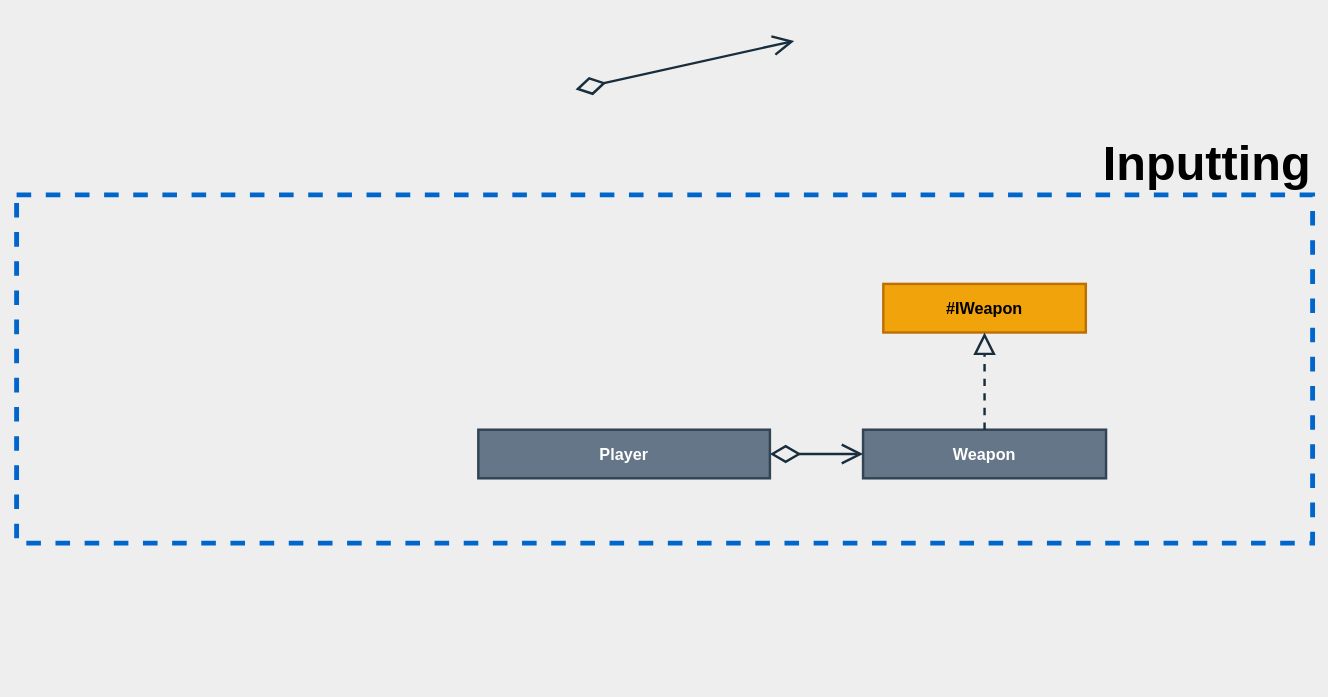
Before: Shooter/Assets/Scripts/Map/Map.drawio in Anton2781618/Shooter, a draw.io diagram. Source tidied: cells renumbered, new cells numbered last; positions are measured from the earlier drawing's top-left corner, leaving out a move shared by most shapes. Both pictures are drawn from the tidied source at 81%, with x=0, y=0 at pixel (16, 40).
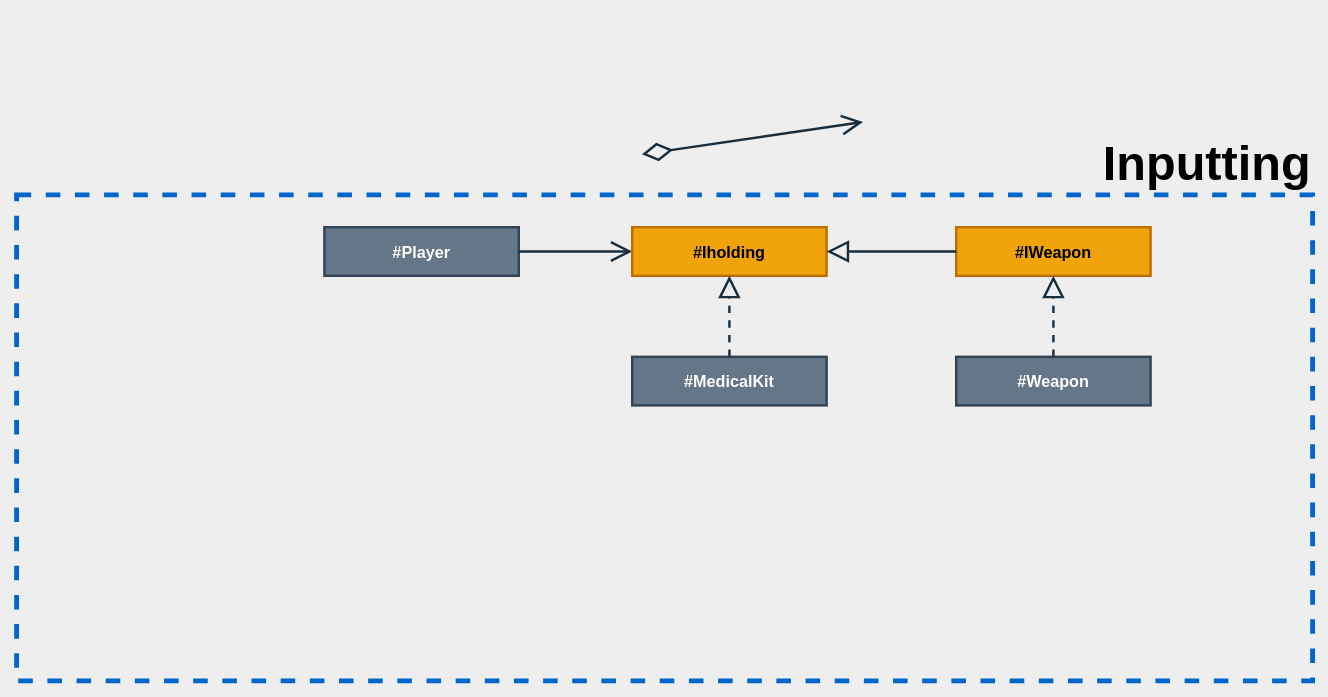
After the change.

Change to the diagram source:
```diff
@@
 <mxGraphModel background="#EEEEEE">
   <root>
     <mxCell id="0" />
     <mxCell id="1" parent="0" />
     <mxCell id="2" value="#IWeapon" style="whiteSpace=wrap;fillColor=#f0a30a;labelBackgroundColor=none;strokeWidth=3;strokeColor=#BD7000;fontSize=20;fontStyle=1;fontColor=#000000;" parent="1" vertex="1">
-      <mxGeometry x="1070" y="300" width="250" height="60" as="geometry" />
+      <mxGeometry x="1160" y="230" width="240" height="60" as="geometry" />
     </mxCell>
-    <mxCell id="3" value="Player" style="whiteSpace=wrap;fillColor=#647687;labelBackgroundColor=none;strokeWidth=3;strokeColor=#314354;fontSize=20;fontStyle=1;fontColor=#ffffff;" parent="1" vertex="1">
-      <mxGeometry x="570" y="480" width="360" height="60" as="geometry" />
+    <mxCell id="3" value="#Player" style="whiteSpace=wrap;fillColor=#647687;labelBackgroundColor=none;strokeWidth=3;strokeColor=#314354;fontSize=20;fontStyle=1;fontColor=#ffffff;" parent="1" vertex="1">
+      <mxGeometry x="380" y="230" width="240" height="60" as="geometry" />
     </mxCell>
-    <mxCell id="4" style="rounded=1;sketch=0;orthogonalLoop=1;jettySize=auto;html=1;fontColor=#1A1A1A;startArrow=diamondThin;startFill=0;endArrow=open;endFill=0;startSize=30;endSize=20;targetPerimeterSpacing=0;strokeColor=#182E3E;strokeWidth=3;" parent="1" edge="1">
-      <mxGeometry relative="1" as="geometry">
-        <mxPoint x="690" y="60" as="sourcePoint" />
-        <mxPoint x="960" as="targetPoint" />
-      </mxGeometry>
+    <mxCell id="4" style="rounded=1;sketch=0;jettySize=auto;html=1;fontColor=#1A1A1A;startArrow=none;startFill=0;endArrow=open;endFill=0;startSize=30;endSize=20;targetPerimeterSpacing=0;strokeColor=#182E3E;strokeWidth=3;" parent="1" edge="1" source="3" target="9">
+      <mxGeometry relative="1" as="geometry" />
     </mxCell>
-    <mxCell id="5" value="Weapon" style="whiteSpace=wrap;fillColor=#647687;labelBackgroundColor=none;strokeWidth=3;strokeColor=#314354;fontSize=20;fontStyle=1;fontColor=#ffffff;" parent="1" vertex="1">
-      <mxGeometry x="1045" y="480" width="300" height="60" as="geometry" />
+    <mxCell id="5" value="#Weapon" style="whiteSpace=wrap;fillColor=#647687;labelBackgroundColor=none;strokeWidth=3;strokeColor=#314354;fontSize=20;fontStyle=1;fontColor=#ffffff;" parent="1" vertex="1">
+      <mxGeometry x="1160" y="390" width="240" height="60" as="geometry" />
     </mxCell>
     <mxCell id="6" style="rounded=1;sketch=0;jettySize=auto;html=1;fontColor=#1A1A1A;startArrow=none;startFill=0;endArrow=block;endFill=0;startSize=30;endSize=20;strokeColor=#182E3E;strokeWidth=3;edgeStyle=orthogonalEdgeStyle;dashed=1;sourcePerimeterSpacing=0;" parent="1" edge="1" source="5" target="2">
       <mxGeometry relative="1" as="geometry" />
     </mxCell>
     <mxCell id="7" value="&lt;font color=&quot;#000000&quot;&gt;Inputting&lt;/font&gt;" style="rounded=0;whiteSpace=wrap;html=1;fontSize=60;fillColor=none;dashed=1;strokeWidth=6;align=right;horizontal=1;verticalAlign=bottom;fontStyle=1;labelPosition=center;verticalLabelPosition=top;imageAspect=1;backgroundOutline=0;strokeColor=#0066CC;perimeter=rectanglePerimeter;fixDash=0;absoluteArcSize=0;noLabel=0;comic=0;" parent="1" vertex="1">
-      <mxGeometry y="190" width="1600" height="430" as="geometry" />
+      <mxGeometry y="190" width="1600" height="600" as="geometry" />
     </mxCell>
-    <mxCell id="8" style="rounded=1;sketch=0;jettySize=auto;html=1;fontColor=#1A1A1A;startArrow=diamondThin;startFill=0;endArrow=open;endFill=0;startSize=30;endSize=20;targetPerimeterSpacing=0;strokeColor=#182E3E;strokeWidth=3;" parent="1" edge="1" source="3" target="5">
-      <mxGeometry relative="1" as="geometry" />
+    <mxCell id="8" style="rounded=1;sketch=0;orthogonalLoop=1;jettySize=auto;html=1;fontColor=#1A1A1A;startArrow=diamondThin;startFill=0;endArrow=open;endFill=0;startSize=30;endSize=20;targetPerimeterSpacing=0;strokeColor=#182E3E;strokeWidth=3;" parent="1" edge="1">
+      <mxGeometry relative="1" as="geometry">
+        <mxPoint x="772" y="140" as="sourcePoint" />
+        <mxPoint x="1045" y="100" as="targetPoint" />
+      </mxGeometry>
     </mxCell>
+    <mxCell id="9" value="#Iholding" style="whiteSpace=wrap;fillColor=#f0a30a;labelBackgroundColor=none;strokeWidth=3;strokeColor=#BD7000;fontSize=20;fontStyle=1;fontColor=#000000;" parent="1" vertex="1">
+      <mxGeometry x="760" y="230" width="240" height="60" as="geometry" />
+    </mxCell>
+    <mxCell id="10" style="rounded=1;sketch=0;jettySize=auto;html=1;fontColor=#1A1A1A;startArrow=none;startFill=0;endArrow=block;endFill=0;startSize=30;endSize=20;strokeColor=#182E3E;strokeWidth=3;edgeStyle=orthogonalEdgeStyle;sourcePerimeterSpacing=0;" parent="1" edge="1" source="2" target="9">
+      <mxGeometry relative="1" as="geometry" />
+    </mxCell>
+    <mxCell id="11" value="#MedicalKit" style="whiteSpace=wrap;fillColor=#647687;labelBackgroundColor=none;strokeWidth=3;strokeColor=#314354;fontSize=20;fontStyle=1;fontColor=#ffffff;" parent="1" vertex="1">
+      <mxGeometry x="760" y="390" width="240" height="60" as="geometry" />
+    </mxCell>
+    <mxCell id="12" style="rounded=1;sketch=0;jettySize=auto;html=1;fontColor=#1A1A1A;startArrow=none;startFill=0;endArrow=block;endFill=0;startSize=30;endSize=20;strokeColor=#182E3E;strokeWidth=3;edgeStyle=orthogonalEdgeStyle;dashed=1;sourcePerimeterSpacing=0;" parent="1" edge="1" source="11" target="9">
+      <mxGeometry relative="1" as="geometry" />
+    </mxCell>
   </root>
 </mxGraphModel>
```
